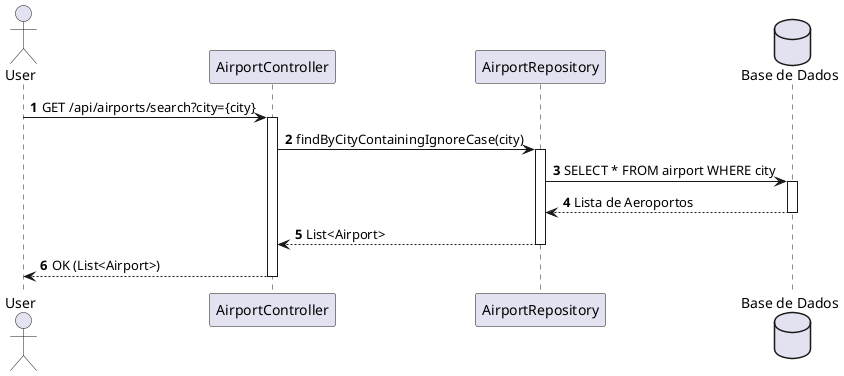
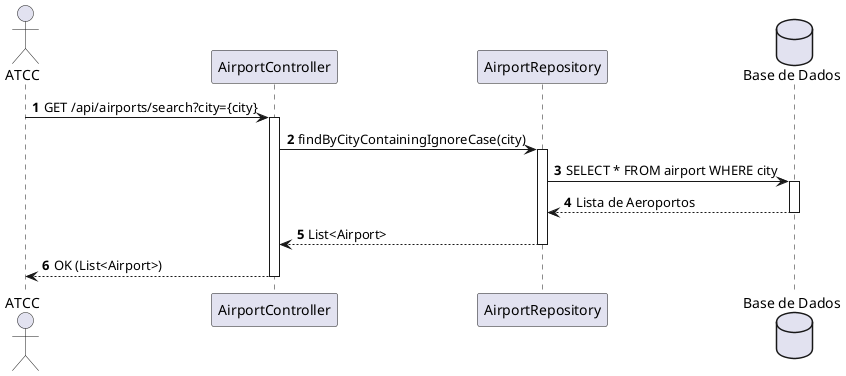
@startuml
autonumber
skinparam packageStyle rectangle

- actor "User" as User
+ actor "ATCC" as User
participant "AirportController" as Ctrl
participant "AirportRepository" as Repo
database "Base de Dados" as DB

User -> Ctrl : GET /api/airports/search?city={city}
activate Ctrl

Ctrl -> Repo : findByCityContainingIgnoreCase(city)
activate Repo
Repo -> DB : SELECT * FROM airport WHERE city
activate DB
DB --> Repo : Lista de Aeroportos
deactivate DB
Repo --> Ctrl : List<Airport>
deactivate Repo

Ctrl --> User : OK (List<Airport>)
deactivate Ctrl
@enduml